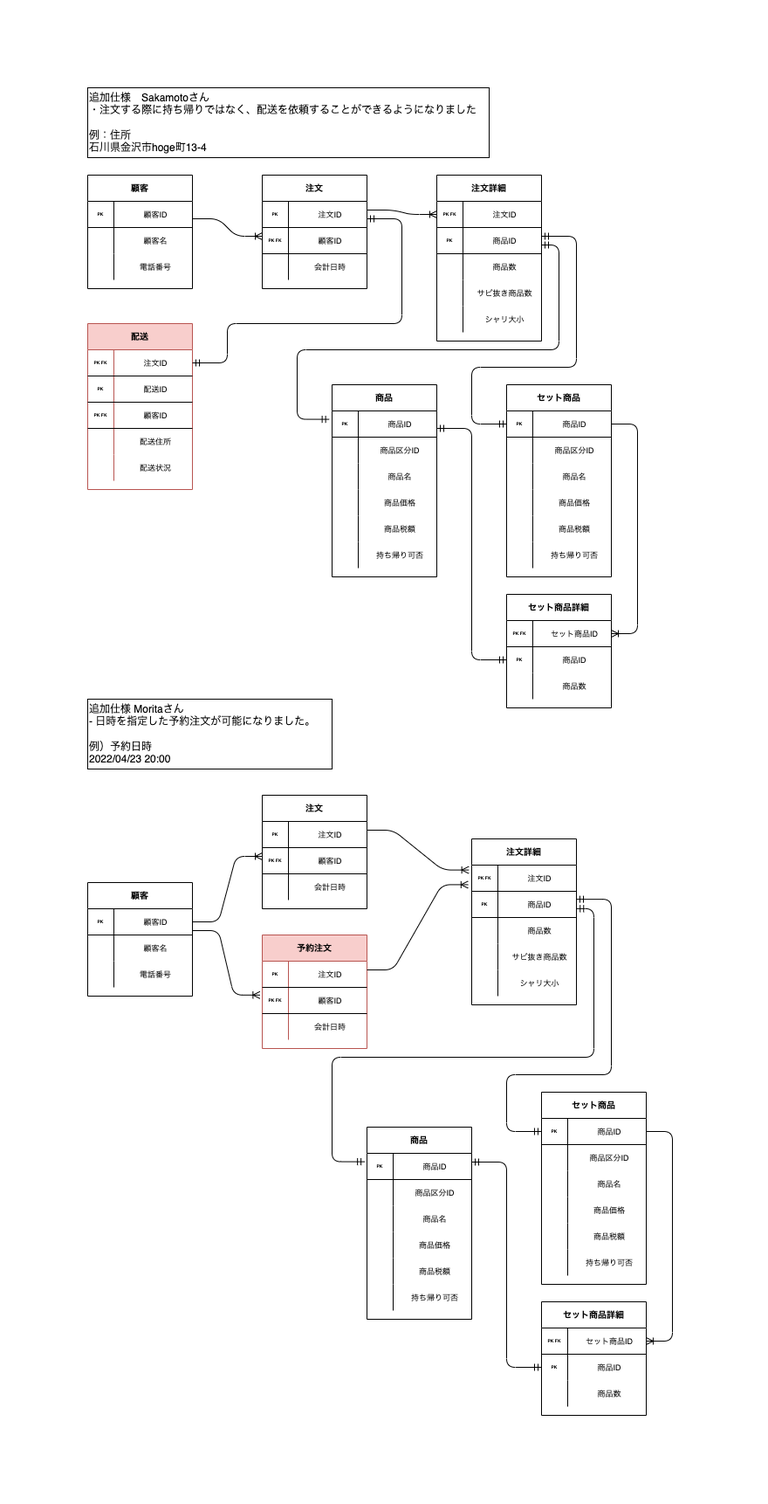
Before: DBモデリング1/課題3.drawio.png, a diagram exported from draw.io (yasakanimaimai/praha_challenge). Source tidied: cells renumbered, new cells last; positions are measured from the earlier drawing's top-left corner, leaving out a move shared by most shapes.
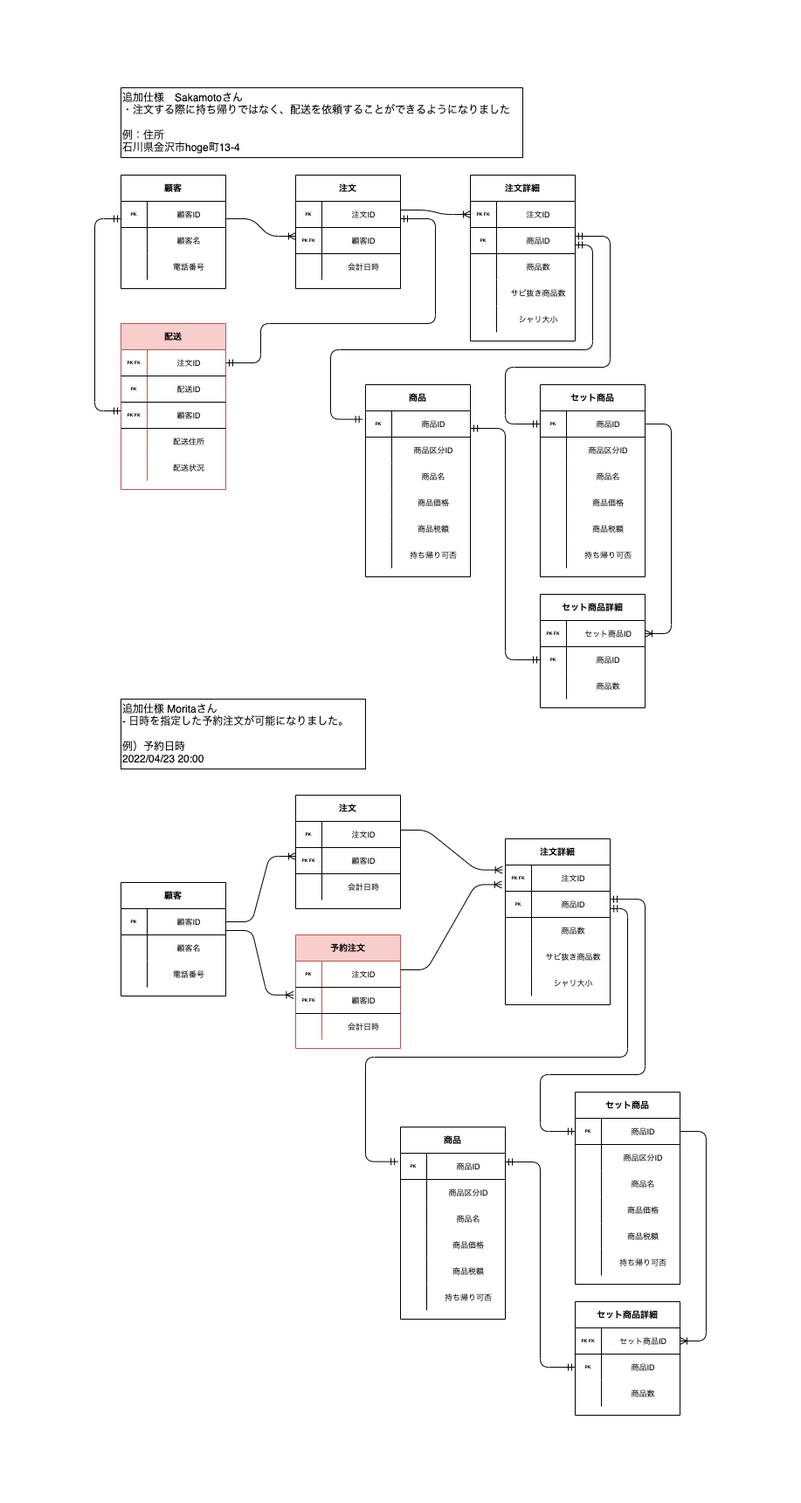
After the commit.

Commit message:
配送と顧客が紐づいていなかったので関係線を追加

What changed in the source:
```diff
@@ -711,5 +711,14 @@
         </Array>
       </mxGeometry>
     </mxCell>
+    <mxCell id="213" style="edgeStyle=orthogonalEdgeStyle;fontSize=12;html=1;endArrow=ERmandOne;startArrow=ERmandOne;rounded=1;shadow=0;sketch=0;fontColor=default;strokeColor=default;entryX=0;entryY=0.667;entryDx=0;entryDy=0;entryPerimeter=0;" parent="1" edge="1" target="3">
+      <mxGeometry relative="1" as="geometry">
+        <mxPoint y="370" as="sourcePoint" />
+        <Array as="points">
+          <mxPoint x="-30" y="370" />
+          <mxPoint x="-30" y="150" />
+        </Array>
+      </mxGeometry>
+    </mxCell>
   </root>
 </mxGraphModel>
```
